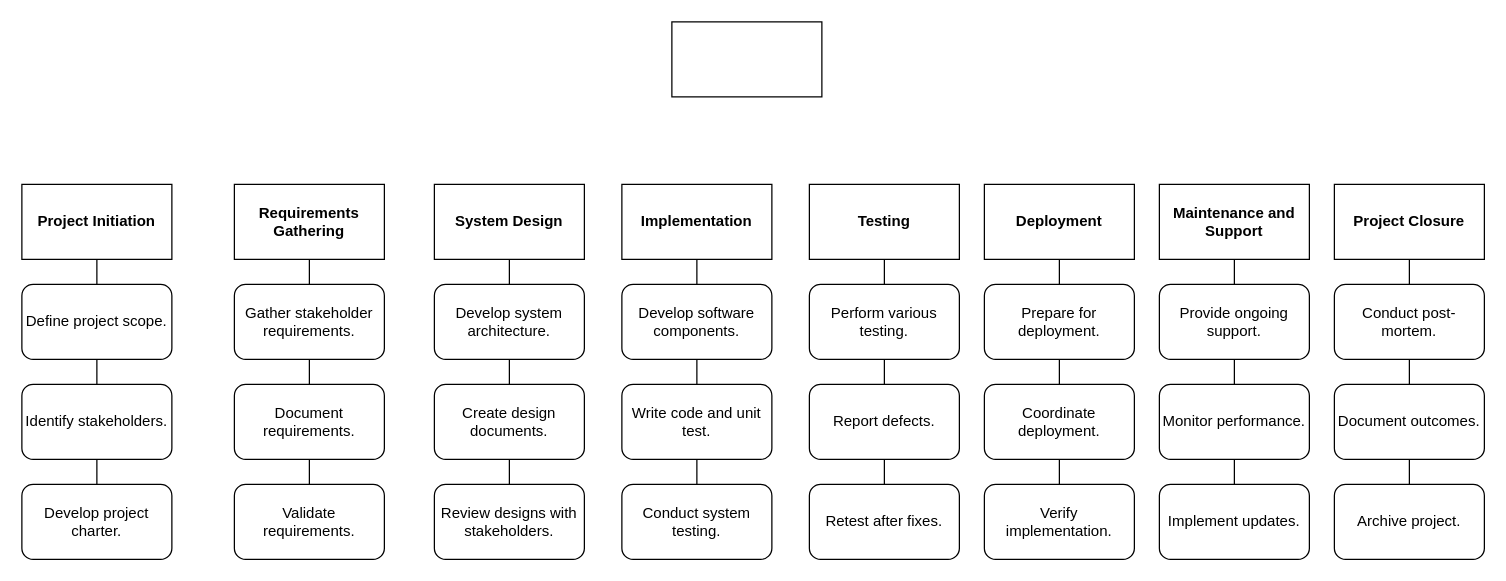
The draw.io diagram WBS.drawio in Keny7503/draw.io, before the edit. Source tidied: cells renumbered, new cells numbered last; positions are measured from the earlier drawing's top-left corner, leaving out a move shared by most shapes. Both pictures are drawn from the tidied source at 125%, with x=0, y=0 at pixel (21, 21).
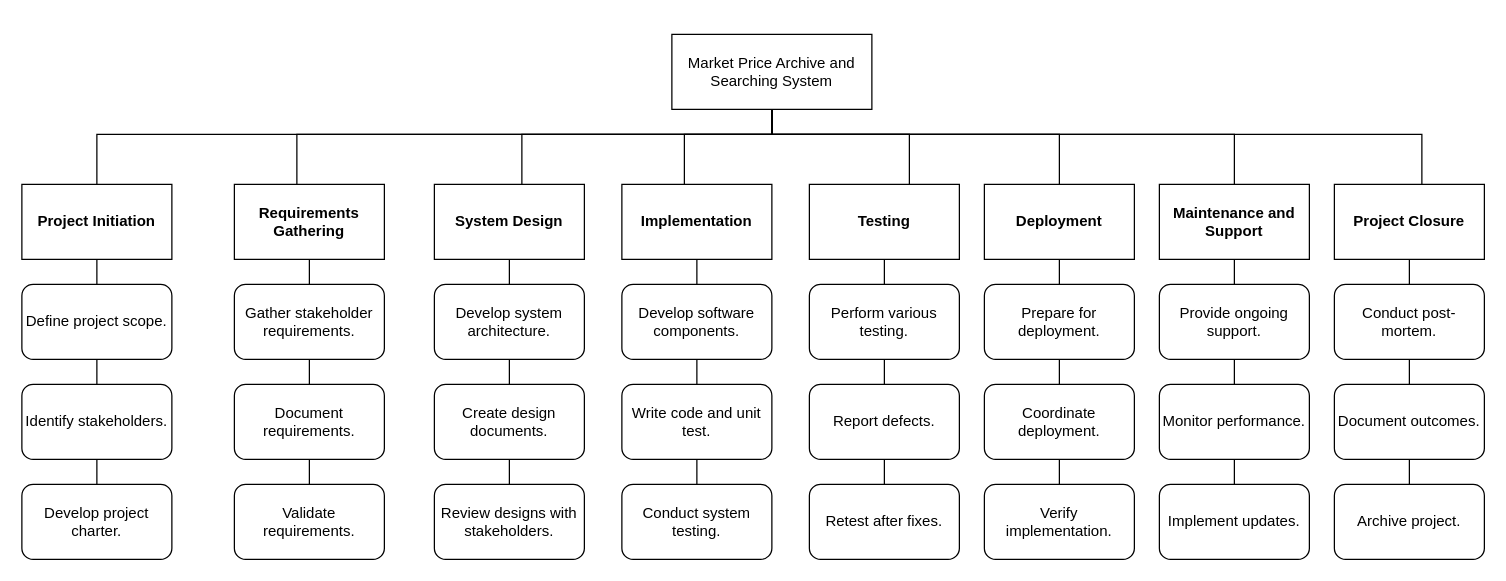
Above is the later version.

The change refers to these unchanged cells:
```xml
<mxCell id="3" value="&lt;strong&gt;Project Initiation&lt;/strong&gt;" style="rounded=0;whiteSpace=wrap;html=1;" parent="1" vertex="1">
  <mxGeometry y="130" width="120" height="60" as="geometry" />
</mxCell>
<mxCell id="7" value="&lt;strong&gt;Requirements Gathering&lt;/strong&gt;" style="rounded=0;whiteSpace=wrap;html=1;" parent="1" vertex="1">
  <mxGeometry x="170" y="130" width="120" height="60" as="geometry" />
</mxCell>
<mxCell id="17" value="&lt;strong&gt;System Design&lt;/strong&gt;" style="rounded=0;whiteSpace=wrap;html=1;" parent="1" vertex="1">
  <mxGeometry x="330" y="130" width="120" height="60" as="geometry" />
</mxCell>
<mxCell id="24" value="&lt;strong&gt;Implementation&lt;/strong&gt;" style="rounded=0;whiteSpace=wrap;html=1;" parent="1" vertex="1">
  <mxGeometry x="480" y="130" width="120" height="60" as="geometry" />
</mxCell>
<mxCell id="31" value="&lt;strong&gt;Testing&lt;/strong&gt;" style="rounded=0;whiteSpace=wrap;html=1;" parent="1" vertex="1">
  <mxGeometry x="630" y="130" width="120" height="60" as="geometry" />
</mxCell>
<mxCell id="38" value="&lt;strong&gt;Deployment&lt;/strong&gt;" style="rounded=0;whiteSpace=wrap;html=1;" parent="1" vertex="1">
  <mxGeometry x="770" y="130" width="120" height="60" as="geometry" />
</mxCell>
<mxCell id="44" value="&lt;strong&gt;Maintenance and Support &lt;/strong&gt;" style="rounded=0;whiteSpace=wrap;html=1;" parent="1" vertex="1">
  <mxGeometry x="910" y="130" width="120" height="60" as="geometry" />
</mxCell>
<mxCell id="50" value="&lt;strong&gt;Project Closure&lt;/strong&gt;" style="rounded=0;whiteSpace=wrap;html=1;" parent="1" vertex="1">
  <mxGeometry x="1050" y="130" width="120" height="60" as="geometry" />
</mxCell>
```

Diff of the diagram source:
```diff
@@
-    <mxCell id="2" style="rounded=0;whiteSpace=wrap;html=1;" parent="1" vertex="1">
-      <mxGeometry x="520" width="120" height="60" as="geometry" />
+    <mxCell id="2" value="Market Price Archive and Searching System" style="rounded=0;whiteSpace=wrap;html=1;" parent="1" vertex="1">
+      <mxGeometry x="520" y="10" width="160" height="60" as="geometry" />
     </mxCell>
@@
+    <mxCell id="59" style="endArrow=none;html=1;rounded=0;edgeStyle=orthogonalEdgeStyle;" parent="1" edge="1" source="3" target="2">
+      <mxGeometry relative="1" as="geometry">
+        <Array as="points">
+          <mxPoint x="60" y="90" />
+          <mxPoint x="600" y="90" />
+        </Array>
+      </mxGeometry>
+    </mxCell>
+    <mxCell id="60" style="endArrow=none;html=1;rounded=0;edgeStyle=orthogonalEdgeStyle;" parent="1" edge="1" source="7">
+      <mxGeometry relative="1" as="geometry">
+        <mxPoint x="600" y="70" as="targetPoint" />
+        <Array as="points">
+          <mxPoint x="220" y="90" />
+          <mxPoint x="600" y="90" />
+        </Array>
+      </mxGeometry>
+    </mxCell>
+    <mxCell id="61" style="endArrow=none;html=1;rounded=0;edgeStyle=orthogonalEdgeStyle;" parent="1" edge="1" source="17">
+      <mxGeometry relative="1" as="geometry">
+        <mxPoint x="600" y="70" as="targetPoint" />
+        <Array as="points">
+          <mxPoint x="400" y="90" />
+          <mxPoint x="600" y="90" />
+        </Array>
+      </mxGeometry>
+    </mxCell>
+    <mxCell id="62" style="endArrow=none;html=1;rounded=0;edgeStyle=orthogonalEdgeStyle;" parent="1" edge="1" source="24">
+      <mxGeometry relative="1" as="geometry">
+        <mxPoint x="600" y="70" as="targetPoint" />
+        <Array as="points">
+          <mxPoint x="530" y="90" />
+          <mxPoint x="600" y="90" />
+        </Array>
+      </mxGeometry>
+    </mxCell>
+    <mxCell id="63" style="endArrow=none;html=1;rounded=0;edgeStyle=orthogonalEdgeStyle;" parent="1" edge="1" source="31">
+      <mxGeometry relative="1" as="geometry">
+        <mxPoint x="600" y="70" as="targetPoint" />
+        <Array as="points">
+          <mxPoint x="710" y="90" />
+          <mxPoint x="600" y="90" />
+        </Array>
+      </mxGeometry>
+    </mxCell>
+    <mxCell id="64" style="endArrow=none;html=1;rounded=0;edgeStyle=orthogonalEdgeStyle;" parent="1" edge="1" source="38">
+      <mxGeometry relative="1" as="geometry">
+        <mxPoint x="600" y="70" as="targetPoint" />
+        <Array as="points">
+          <mxPoint x="830" y="90" />
+          <mxPoint x="600" y="90" />
+        </Array>
+      </mxGeometry>
+    </mxCell>
+    <mxCell id="65" style="endArrow=none;html=1;rounded=0;edgeStyle=orthogonalEdgeStyle;" parent="1" edge="1" source="44">
+      <mxGeometry relative="1" as="geometry">
+        <mxPoint x="600" y="70" as="targetPoint" />
+        <Array as="points">
+          <mxPoint x="970" y="90" />
+          <mxPoint x="600" y="90" />
+        </Array>
+      </mxGeometry>
+    </mxCell>
+    <mxCell id="66" style="endArrow=none;html=1;rounded=0;edgeStyle=orthogonalEdgeStyle;" parent="1" edge="1" source="50">
+      <mxGeometry relative="1" as="geometry">
+        <mxPoint x="600" y="70" as="targetPoint" />
+        <Array as="points">
+          <mxPoint x="1120" y="90" />
+          <mxPoint x="600" y="90" />
+        </Array>
+      </mxGeometry>
+    </mxCell>
```
